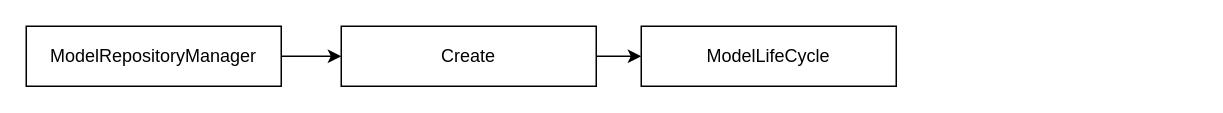
xiazi-yu/triton-server-read keeps this draw.io diagram as ModelRepositoryManager.drawio. Above is the earlier version. Source tidied: cells renumbered, new cells numbered last; positions are measured from the earlier drawing's top-left corner, leaving out a move shared by most shapes. Both pictures are drawn from the tidied source at 150%, with x=0, y=0 at pixel (26, 26).
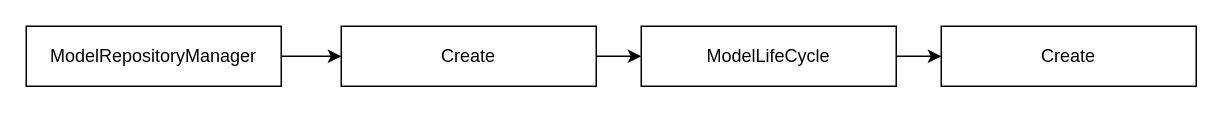
After the change.

Diff of the diagram source:
```diff
@@
 <mxGraphModel>
   <root>
     <mxCell id="0" />
     <mxCell id="1" parent="0" />
     <mxCell id="2" style="edgeStyle=orthogonalEdgeStyle;rounded=0;jettySize=auto;html=1;" parent="1" edge="1" source="3" target="5">
       <mxGeometry relative="1" as="geometry" />
     </mxCell>
     <mxCell id="3" value="&lt;div class=&quot;lake-content&quot;&gt;&lt;span style=&quot;color: var(--md-editor-text-color-active)&quot; class=&quot;ne-text&quot;&gt;ModelRepositoryManager&lt;/span&gt;&lt;/div&gt;" style="rounded=0;whiteSpace=wrap;html=1;" parent="1" vertex="1">
       <mxGeometry width="170" height="40" as="geometry" />
     </mxCell>
     <mxCell id="4" style="edgeStyle=orthogonalEdgeStyle;rounded=0;jettySize=auto;html=1;" parent="1" edge="1" source="5" target="6">
       <mxGeometry relative="1" as="geometry" />
     </mxCell>
     <mxCell id="5" value="&lt;div class=&quot;lake-content&quot;&gt;&lt;span style=&quot;color: var(--md-editor-text-color-active)&quot; class=&quot;ne-text&quot;&gt;Create&lt;/span&gt;&lt;/div&gt;" style="rounded=0;whiteSpace=wrap;html=1;" parent="1" vertex="1">
       <mxGeometry x="210" width="170" height="40" as="geometry" />
     </mxCell>
+    <mxCell id="7" style="edgeStyle=orthogonalEdgeStyle;rounded=0;jettySize=auto;html=1;" parent="1" edge="1" source="6" target="8">
+      <mxGeometry relative="1" as="geometry" />
+    </mxCell>
     <mxCell id="6" value="&lt;div class=&quot;lake-content&quot;&gt;&lt;span style=&quot;color: var(--md-editor-text-color-active)&quot; class=&quot;ne-text&quot;&gt;ModelLifeCycle&lt;/span&gt;&lt;/div&gt;" style="rounded=0;whiteSpace=wrap;html=1;" parent="1" vertex="1">
       <mxGeometry x="410" width="170" height="40" as="geometry" />
     </mxCell>
+    <mxCell id="8" value="&lt;div class=&quot;lake-content&quot;&gt;Create&lt;/div&gt;" style="rounded=0;whiteSpace=wrap;html=1;" parent="1" vertex="1">
+      <mxGeometry x="610" width="170" height="40" as="geometry" />
+    </mxCell>
   </root>
 </mxGraphModel>
```
